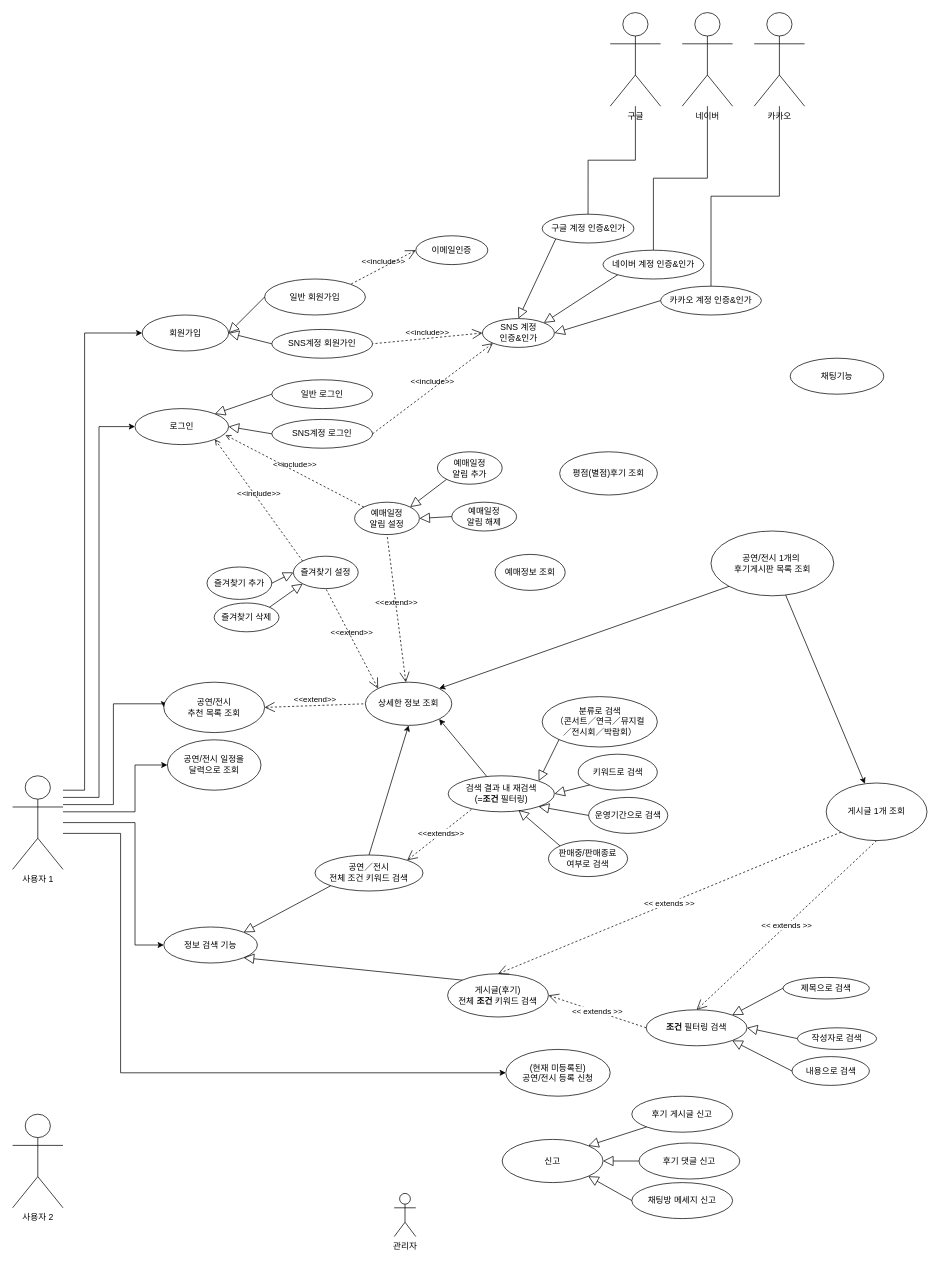
daydeiday/be12-test keeps this draw.io diagram as 제목 없는 다이어그램.drawio. Above is the earlier version. Source tidied: cells renumbered, new cells numbered last; positions are measured from the earlier drawing's top-left corner, leaving out a move shared by most shapes. Both pictures are drawn from the tidied source at 72%, with x=0, y=0 at pixel (12, 12).
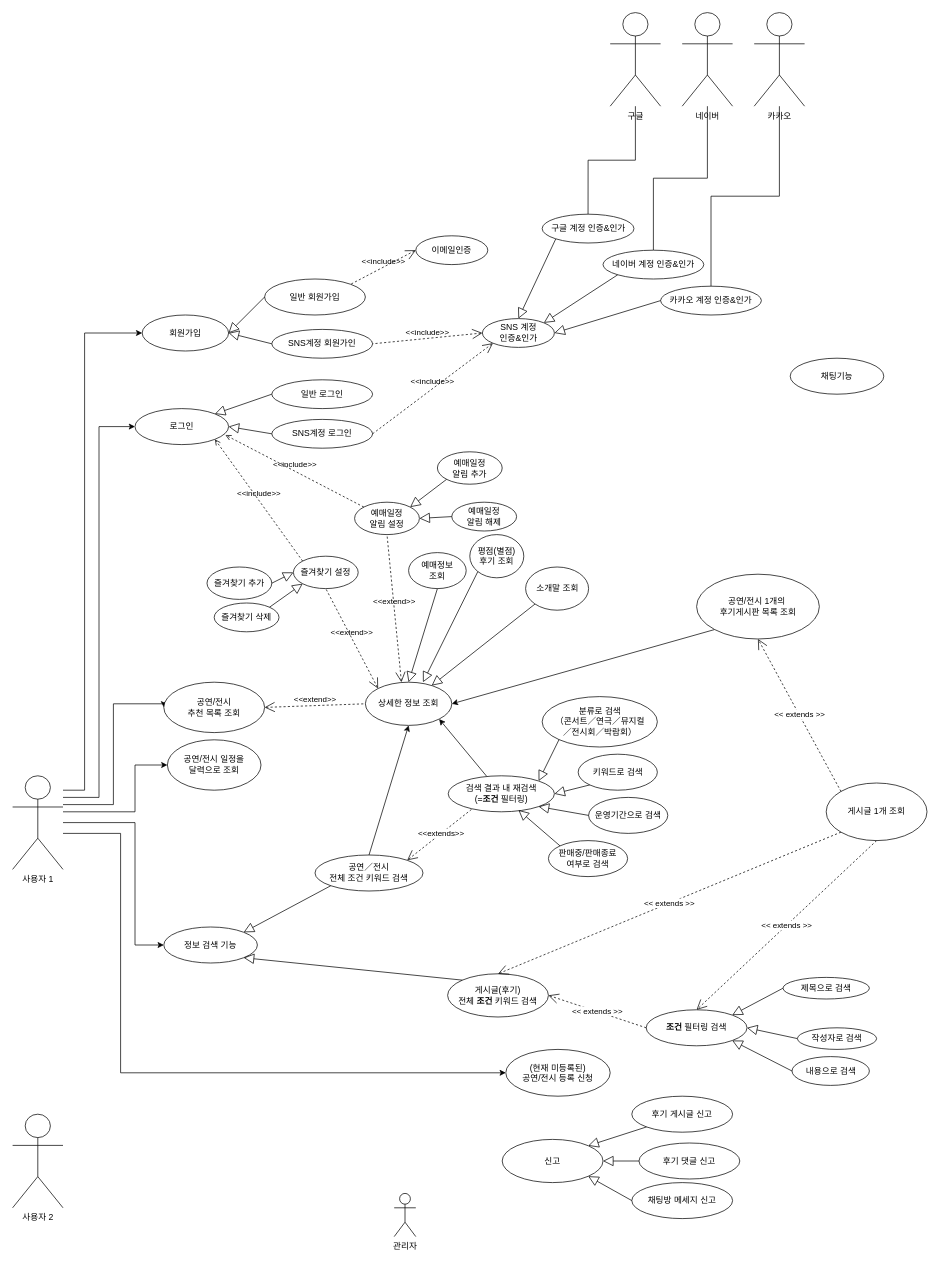
The same page after the edit.

Commit message:
제목 없는 다이어그램.drawio 업데이트

The change refers to these unchanged cells:
```xml
<mxCell id="13" value="상세한 정보 조회" style="ellipse;whiteSpace=wrap;html=1;" parent="1" vertex="1">
  <mxGeometry x="490" y="930" width="120" height="60" as="geometry" />
</mxCell>
<mxCell id="35" value="예매일정&lt;div&gt;알림 설정&lt;/div&gt;" style="ellipse;whiteSpace=wrap;html=1;" parent="1" vertex="1">
  <mxGeometry x="475" y="680" width="90" height="45" as="geometry" />
</mxCell>
<mxCell id="93" value="게시글 1개 조회" style="ellipse;whiteSpace=wrap;html=1;" parent="1" vertex="1">
  <mxGeometry x="1130" y="1070" width="140" height="80" as="geometry" />
</mxCell>
```

What changed in the source:
```diff
@@
-    <mxCell id="12" style="rounded=0;jettySize=auto;html=1;entryX=1;entryY=0;entryDx=0;entryDy=0;exitX=0;exitY=1;exitDx=0;exitDy=0;" parent="1" edge="1" source="92" target="13">
+    <mxCell id="12" style="rounded=0;jettySize=auto;html=1;entryX=1;entryY=0.5;entryDx=0;entryDy=0;exitX=0;exitY=1;exitDx=0;exitDy=0;" parent="1" edge="1" source="92" target="13">
       <mxGeometry relative="1" as="geometry" />
     </mxCell>
@@
-    <mxCell id="36" value="&amp;lt;&amp;lt;extend&amp;gt;&amp;gt;" style="edgeStyle=none;html=1;startArrow=open;endArrow=none;startSize=12;verticalAlign=bottom;dashed=1;labelBackgroundColor=none;rounded=0;entryX=0.5;entryY=1;entryDx=0;entryDy=0;" parent="1" edge="1" source="13" target="35">
+    <mxCell id="36" value="&amp;lt;&amp;lt;extend&amp;gt;&amp;gt;" style="edgeStyle=none;html=1;startArrow=open;endArrow=none;startSize=12;verticalAlign=bottom;dashed=1;labelBackgroundColor=none;rounded=0;entryX=0.5;entryY=1;entryDx=0;entryDy=0;exitX=0.417;exitY=0;exitDx=0;exitDy=0;exitPerimeter=0;" parent="1" edge="1" source="13" target="35">
       <mxGeometry relative="1" as="geometry" />
     </mxCell>
@@
-    <mxCell id="91" style="rounded=0;jettySize=auto;html=1;" parent="1" edge="1" source="92" target="93">
-      <mxGeometry relative="1" as="geometry" />
-    </mxCell>
     <mxCell id="92" value="공연/전시 1개의&amp;nbsp;&lt;div&gt;후기게시판 목록 조회&lt;/div&gt;" style="ellipse;whiteSpace=wrap;html=1;" parent="1" vertex="1">
-      <mxGeometry x="970" y="720" width="170.5" height="90" as="geometry" />
+      <mxGeometry x="950" y="780" width="170.5" height="90" as="geometry" />
     </mxCell>
@@
-    <mxCell id="96" value="예매정보 조회" style="ellipse;whiteSpace=wrap;html=1;" parent="1" vertex="1">
-      <mxGeometry x="670" y="752.5" width="97.5" height="50" as="geometry" />
+    <mxCell id="96" value="예매정보&lt;div&gt;조회&lt;/div&gt;" style="ellipse;whiteSpace=wrap;html=1;" parent="1" vertex="1">
+      <mxGeometry x="550" y="750" width="80" height="50" as="geometry" />
     </mxCell>
-    <mxCell id="97" value="평점(별점)후기 조회" style="ellipse;whiteSpace=wrap;html=1;" parent="1" vertex="1">
-      <mxGeometry x="759.8" y="610" width="135.8" height="60" as="geometry" />
+    <mxCell id="97" value="평점(별점)&lt;div&gt;후기 조회&lt;/div&gt;" style="ellipse;whiteSpace=wrap;html=1;" parent="1" vertex="1">
+      <mxGeometry x="635" y="725" width="75" height="60" as="geometry" />
     </mxCell>
+    <mxCell id="98" value="&amp;lt;&amp;lt; extends &amp;gt;&amp;gt;" style="edgeStyle=none;html=1;endSize=12;endArrow=open;endFill=0;rounded=0;entryX=0.5;entryY=1;entryDx=0;entryDy=0;dashed=1;exitX=0;exitY=0;exitDx=0;exitDy=0;" parent="1" edge="1" source="93" target="92">
+      <mxGeometry relative="1" as="geometry" />
+    </mxCell>
+    <mxCell id="99" style="edgeStyle=none;html=1;endSize=12;endArrow=block;endFill=0;rounded=0;exitX=0.5;exitY=1;exitDx=0;exitDy=0;entryX=0.5;entryY=0;entryDx=0;entryDy=0;" parent="1" edge="1" source="96" target="13">
+      <mxGeometry relative="1" as="geometry" />
+    </mxCell>
+    <mxCell id="100" style="edgeStyle=none;html=1;endSize=12;endArrow=block;endFill=0;rounded=0;exitX=0;exitY=1;exitDx=0;exitDy=0;" parent="1" edge="1" source="97">
+      <mxGeometry relative="1" as="geometry">
+        <mxPoint x="570" y="930" as="targetPoint" />
+      </mxGeometry>
+    </mxCell>
+    <mxCell id="101" value="소개말 조회" style="ellipse;whiteSpace=wrap;html=1;" parent="1" vertex="1">
+      <mxGeometry x="712.5" y="770" width="87.5" height="60" as="geometry" />
+    </mxCell>
+    <mxCell id="102" style="edgeStyle=none;html=1;endSize=12;endArrow=block;endFill=0;rounded=0;exitX=0;exitY=1;exitDx=0;exitDy=0;" parent="1" edge="1" source="101" target="13">
+      <mxGeometry relative="1" as="geometry" />
+    </mxCell>
```
